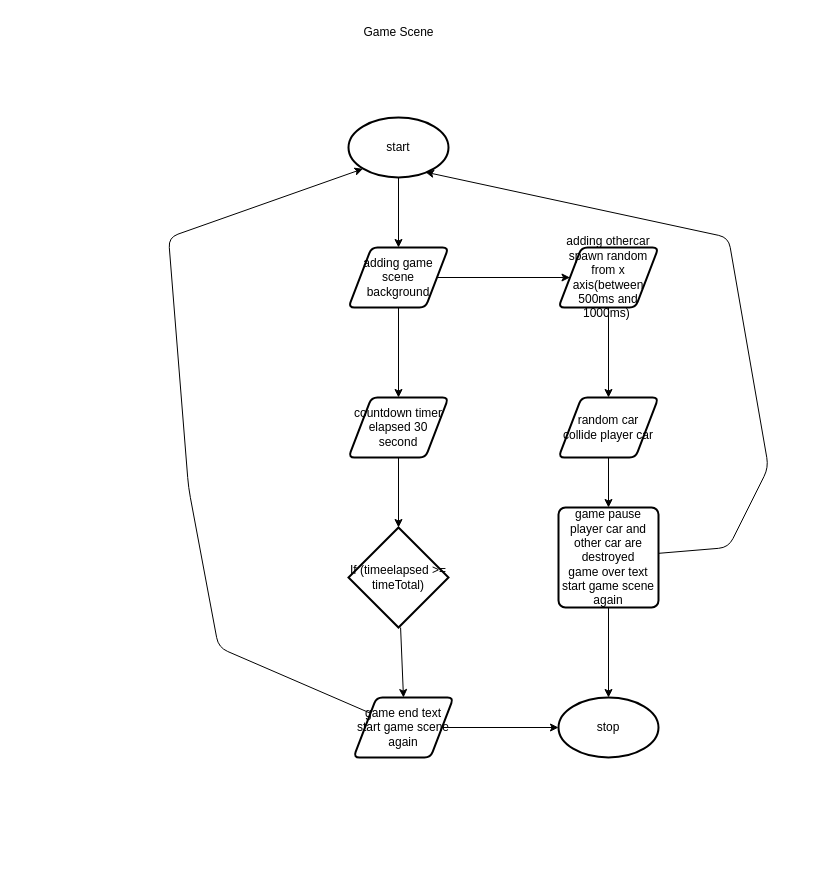
MTHS-ICD2O-1-2023/ICD2O-1-2023-Final-Project-Hoang-Thien-Dang-Nguyen keeps this draw.io diagram as design/flowchart.drawio. Above is the earlier version. Source tidied: cells renumbered, new cells numbered last; positions are measured from the earlier drawing's top-left corner, leaving out a move shared by most shapes. Both pictures are drawn from the tidied source at 100%, with x=0, y=0 at pixel (168, 17).
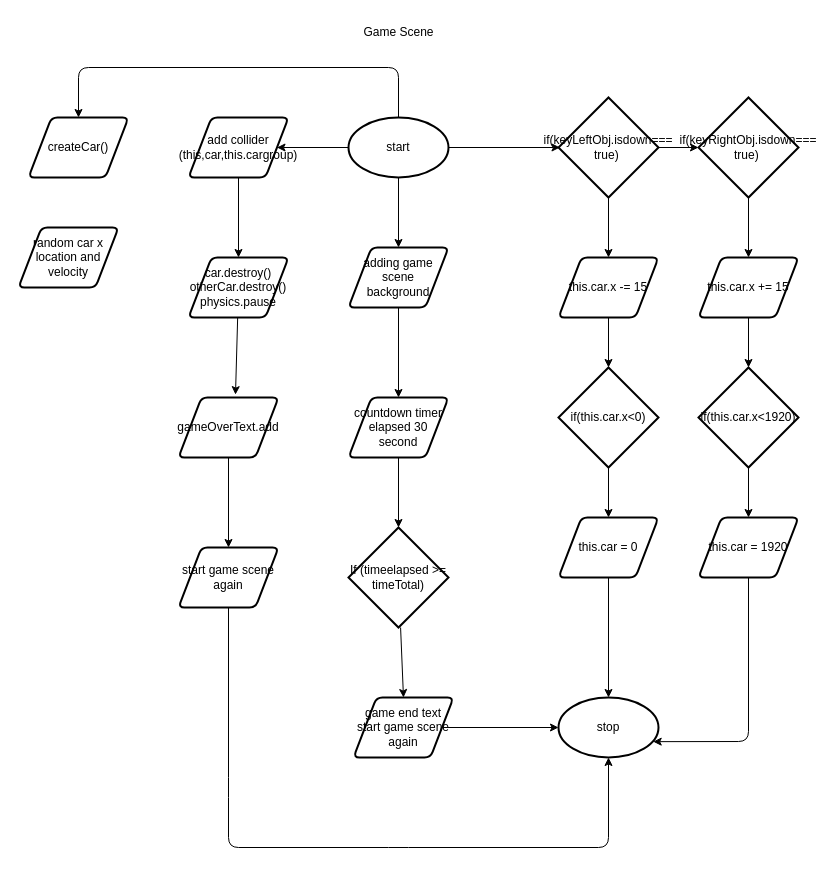
The same page after the edit.

The change refers to these unchanged cells:
```xml
<mxCell id="3" value="start" style="strokeWidth=2;html=1;shape=mxgraph.flowchart.start_1;whiteSpace=wrap;" parent="1" vertex="1">
  <mxGeometry x="180" y="100" width="100" height="60" as="geometry" />
</mxCell>
<mxCell id="4" value="stop" style="strokeWidth=2;html=1;shape=mxgraph.flowchart.start_1;whiteSpace=wrap;" parent="1" vertex="1">
  <mxGeometry x="390" y="680" width="100" height="60" as="geometry" />
</mxCell>
<mxCell id="8" value="adding game scene background" style="shape=parallelogram;html=1;strokeWidth=2;perimeter=parallelogramPerimeter;whiteSpace=wrap;rounded=1;arcSize=12;size=0.23;" parent="1" vertex="1">
  <mxGeometry x="180" y="230" width="100" height="60" as="geometry" />
</mxCell>
<mxCell id="14" value="game end text&lt;br&gt;start game scene again" style="shape=parallelogram;html=1;strokeWidth=2;perimeter=parallelogramPerimeter;whiteSpace=wrap;rounded=1;arcSize=12;size=0.23;" parent="1" vertex="1">
  <mxGeometry x="185" y="680" width="100" height="60" as="geometry" />
</mxCell>
```

What changed in the source:
```diff
@@
+    <mxCell id="23" style="edgeStyle=none;html=1;entryX=0;entryY=0.5;entryDx=0;entryDy=0;" parent="1" edge="1" source="3">
+      <mxGeometry relative="1" as="geometry">
+        <mxPoint x="391.5" y="130" as="targetPoint" />
+      </mxGeometry>
+    </mxCell>
+    <mxCell id="24" style="edgeStyle=none;html=1;" parent="1" edge="1" source="3" target="44">
+      <mxGeometry relative="1" as="geometry" />
+    </mxCell>
+    <mxCell id="25" style="edgeStyle=none;html=1;" parent="1" edge="1" source="3" target="51">
+      <mxGeometry relative="1" as="geometry">
+        <Array as="points">
+          <mxPoint x="230" y="50" />
+          <mxPoint x="-90" y="50" />
+        </Array>
+      </mxGeometry>
+    </mxCell>
@@
-    <mxCell id="7" style="edgeStyle=none;html=1;entryX=0;entryY=0.5;entryDx=0;entryDy=0;" parent="1" edge="1" source="8" target="16">
-      <mxGeometry relative="1" as="geometry" />
-    </mxCell>
@@
-    <mxCell id="13" style="edgeStyle=none;html=1;entryX=0.145;entryY=0.855;entryDx=0;entryDy=0;entryPerimeter=0;" parent="1" edge="1" source="14" target="3">
-      <mxGeometry relative="1" as="geometry">
-        <Array as="points">
-          <mxPoint x="50" y="630" />
-          <mxPoint x="20" y="470" />
-          <mxPoint y="220" />
-        </Array>
-      </mxGeometry>
-    </mxCell>
@@
-    <mxCell id="15" style="edgeStyle=none;html=1;entryX=0.5;entryY=0;entryDx=0;entryDy=0;" parent="1" edge="1" source="16" target="18">
-      <mxGeometry relative="1" as="geometry" />
-    </mxCell>
-    <mxCell id="16" value="adding othercar spawn random from x axis(between 500ms and 1000ms)&amp;nbsp;" style="shape=parallelogram;html=1;strokeWidth=2;perimeter=parallelogramPerimeter;whiteSpace=wrap;rounded=1;arcSize=12;size=0.23;" parent="1" vertex="1">
-      <mxGeometry x="390" y="230" width="100" height="60" as="geometry" />
-    </mxCell>
-    <mxCell id="17" style="edgeStyle=none;html=1;entryX=0.5;entryY=0;entryDx=0;entryDy=0;" parent="1" edge="1" source="18">
-      <mxGeometry relative="1" as="geometry">
-        <mxPoint x="440" y="490" as="targetPoint" />
-      </mxGeometry>
-    </mxCell>
-    <mxCell id="18" value="random car collide player car" style="shape=parallelogram;html=1;strokeWidth=2;perimeter=parallelogramPerimeter;whiteSpace=wrap;rounded=1;arcSize=12;size=0.23;" parent="1" vertex="1">
-      <mxGeometry x="390" y="380" width="100" height="60" as="geometry" />
-    </mxCell>
-    <mxCell id="19" style="edgeStyle=none;html=1;entryX=0.5;entryY=0;entryDx=0;entryDy=0;entryPerimeter=0;" parent="1" edge="1" source="21" target="4">
-      <mxGeometry relative="1" as="geometry" />
-    </mxCell>
-    <mxCell id="20" style="edgeStyle=none;html=1;entryX=0.769;entryY=0.91;entryDx=0;entryDy=0;entryPerimeter=0;" parent="1" edge="1" source="21" target="3">
-      <mxGeometry relative="1" as="geometry">
-        <Array as="points">
-          <mxPoint x="560" y="530" />
-          <mxPoint x="600" y="450" />
-          <mxPoint x="560" y="220" />
-        </Array>
-      </mxGeometry>
-    </mxCell>
-    <mxCell id="21" value="game pause&lt;br&gt;player car and other car are destroyed&lt;br&gt;game over text&lt;br&gt;start game scene again" style="rounded=1;whiteSpace=wrap;html=1;absoluteArcSize=1;arcSize=14;strokeWidth=2;" parent="1" vertex="1">
-      <mxGeometry x="390" y="490" width="100" height="100" as="geometry" />
-    </mxCell>
@@
+    <mxCell id="26" style="edgeStyle=none;html=1;entryX=0.5;entryY=0;entryDx=0;entryDy=0;" parent="1" edge="1" source="28" target="30">
+      <mxGeometry relative="1" as="geometry" />
+    </mxCell>
+    <mxCell id="27" style="edgeStyle=none;html=1;entryX=0;entryY=0.5;entryDx=0;entryDy=0;entryPerimeter=0;" parent="1" edge="1" source="28" target="36">
+      <mxGeometry relative="1" as="geometry" />
+    </mxCell>
+    <mxCell id="28" value="if(keyLeftObj.isdown=== true)&amp;nbsp;" style="strokeWidth=2;html=1;shape=mxgraph.flowchart.decision;whiteSpace=wrap;" parent="1" vertex="1">
+      <mxGeometry x="390" y="80" width="100" height="100" as="geometry" />
+    </mxCell>
+    <mxCell id="29" style="edgeStyle=none;html=1;entryX=0.5;entryY=0;entryDx=0;entryDy=0;entryPerimeter=0;" parent="1" edge="1" source="30" target="32">
+      <mxGeometry relative="1" as="geometry" />
+    </mxCell>
+    <mxCell id="30" value="this.car.x -= 15" style="shape=parallelogram;html=1;strokeWidth=2;perimeter=parallelogramPerimeter;whiteSpace=wrap;rounded=1;arcSize=12;size=0.23;" parent="1" vertex="1">
+      <mxGeometry x="390" y="240" width="100" height="60" as="geometry" />
+    </mxCell>
+    <mxCell id="31" style="edgeStyle=none;html=1;entryX=0.5;entryY=0;entryDx=0;entryDy=0;" parent="1" edge="1" source="32" target="34">
+      <mxGeometry relative="1" as="geometry" />
+    </mxCell>
+    <mxCell id="32" value="if(this.car.x&amp;lt;0)" style="strokeWidth=2;html=1;shape=mxgraph.flowchart.decision;whiteSpace=wrap;" parent="1" vertex="1">
+      <mxGeometry x="390" y="350" width="100" height="100" as="geometry" />
+    </mxCell>
+    <mxCell id="33" style="edgeStyle=none;html=1;entryX=0.5;entryY=0;entryDx=0;entryDy=0;entryPerimeter=0;" parent="1" edge="1" source="34" target="4">
+      <mxGeometry relative="1" as="geometry" />
+    </mxCell>
+    <mxCell id="34" value="this.car = 0" style="shape=parallelogram;html=1;strokeWidth=2;perimeter=parallelogramPerimeter;whiteSpace=wrap;rounded=1;arcSize=12;size=0.23;" parent="1" vertex="1">
+      <mxGeometry x="390" y="500" width="100" height="60" as="geometry" />
+    </mxCell>
+    <mxCell id="35" style="edgeStyle=none;html=1;entryX=0.5;entryY=0;entryDx=0;entryDy=0;" parent="1" edge="1" source="36" target="38">
+      <mxGeometry relative="1" as="geometry" />
+    </mxCell>
+    <mxCell id="36" value="if(keyRightObj.isdown=== true)&amp;nbsp;" style="strokeWidth=2;html=1;shape=mxgraph.flowchart.decision;whiteSpace=wrap;" parent="1" vertex="1">
+      <mxGeometry x="530" y="80" width="100" height="100" as="geometry" />
+    </mxCell>
+    <mxCell id="37" style="edgeStyle=none;html=1;entryX=0.5;entryY=0;entryDx=0;entryDy=0;entryPerimeter=0;" parent="1" edge="1" source="38" target="40">
+      <mxGeometry relative="1" as="geometry" />
+    </mxCell>
+    <mxCell id="38" value="this.car.x += 15" style="shape=parallelogram;html=1;strokeWidth=2;perimeter=parallelogramPerimeter;whiteSpace=wrap;rounded=1;arcSize=12;size=0.23;" parent="1" vertex="1">
+      <mxGeometry x="530" y="240" width="100" height="60" as="geometry" />
+    </mxCell>
+    <mxCell id="39" style="edgeStyle=none;html=1;entryX=0.5;entryY=0;entryDx=0;entryDy=0;" parent="1" edge="1" source="40" target="42">
+      <mxGeometry relative="1" as="geometry" />
+    </mxCell>
+    <mxCell id="40" value="if(this.car.x&amp;lt;1920)" style="strokeWidth=2;html=1;shape=mxgraph.flowchart.decision;whiteSpace=wrap;" parent="1" vertex="1">
+      <mxGeometry x="530" y="350" width="100" height="100" as="geometry" />
+    </mxCell>
+    <mxCell id="41" style="edgeStyle=none;html=1;entryX=0.947;entryY=0.736;entryDx=0;entryDy=0;entryPerimeter=0;" parent="1" edge="1" source="42" target="4">
+      <mxGeometry relative="1" as="geometry">
+        <Array as="points">
+          <mxPoint x="580" y="724" />
+        </Array>
+      </mxGeometry>
+    </mxCell>
+    <mxCell id="42" value="this.car = 1920" style="shape=parallelogram;html=1;strokeWidth=2;perimeter=parallelogramPerimeter;whiteSpace=wrap;rounded=1;arcSize=12;size=0.23;" parent="1" vertex="1">
+      <mxGeometry x="530" y="500" width="100" height="60" as="geometry" />
+    </mxCell>
+    <mxCell id="43" style="edgeStyle=none;html=1;entryX=0.5;entryY=0;entryDx=0;entryDy=0;" parent="1" edge="1" source="44" target="46">
+      <mxGeometry relative="1" as="geometry" />
+    </mxCell>
+    <mxCell id="44" value="add collider (this,car,this.cargroup)" style="shape=parallelogram;html=1;strokeWidth=2;perimeter=parallelogramPerimeter;whiteSpace=wrap;rounded=1;arcSize=12;size=0.23;" parent="1" vertex="1">
+      <mxGeometry x="20" y="100" width="100" height="60" as="geometry" />
+    </mxCell>
+    <mxCell id="45" style="edgeStyle=none;html=1;entryX=0.57;entryY=-0.048;entryDx=0;entryDy=0;entryPerimeter=0;" parent="1" edge="1" source="46" target="48">
+      <mxGeometry relative="1" as="geometry" />
+    </mxCell>
+    <mxCell id="46" value="car.destroy()&lt;br&gt;otherCar.destroy()&lt;br&gt;physics.pause" style="shape=parallelogram;html=1;strokeWidth=2;perimeter=parallelogramPerimeter;whiteSpace=wrap;rounded=1;arcSize=12;size=0.23;" parent="1" vertex="1">
+      <mxGeometry x="20" y="240" width="100" height="60" as="geometry" />
+    </mxCell>
+    <mxCell id="47" style="edgeStyle=none;html=1;" parent="1" edge="1" source="48" target="50">
+      <mxGeometry relative="1" as="geometry" />
+    </mxCell>
+    <mxCell id="48" value="gameOverText.add" style="shape=parallelogram;html=1;strokeWidth=2;perimeter=parallelogramPerimeter;whiteSpace=wrap;rounded=1;arcSize=12;size=0.23;" parent="1" vertex="1">
+      <mxGeometry x="10" y="380" width="100" height="60" as="geometry" />
+    </mxCell>
+    <mxCell id="49" style="edgeStyle=none;html=1;" parent="1" edge="1" source="50" target="4">
+      <mxGeometry relative="1" as="geometry">
+        <Array as="points">
+          <mxPoint x="60" y="770" />
+          <mxPoint x="60" y="830" />
+          <mxPoint x="230" y="830" />
+          <mxPoint x="440" y="830" />
+        </Array>
+      </mxGeometry>
+    </mxCell>
+    <mxCell id="50" value="start game scene again" style="shape=parallelogram;html=1;strokeWidth=2;perimeter=parallelogramPerimeter;whiteSpace=wrap;rounded=1;arcSize=12;size=0.23;" parent="1" vertex="1">
+      <mxGeometry x="10" y="530" width="100" height="60" as="geometry" />
+    </mxCell>
+    <mxCell id="51" value="createCar()" style="shape=parallelogram;html=1;strokeWidth=2;perimeter=parallelogramPerimeter;whiteSpace=wrap;rounded=1;arcSize=12;size=0.23;" parent="1" vertex="1">
+      <mxGeometry x="-140" y="100" width="100" height="60" as="geometry" />
+    </mxCell>
+    <mxCell id="52" value="random car x location and velocity" style="shape=parallelogram;html=1;strokeWidth=2;perimeter=parallelogramPerimeter;whiteSpace=wrap;rounded=1;arcSize=12;size=0.23;" parent="1" vertex="1">
+      <mxGeometry x="-150" y="210" width="100" height="60" as="geometry" />
+    </mxCell>
```
